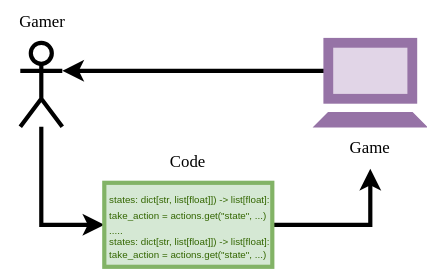
Before: assets/programmatic_gaming_with_web_simulations/programmatic-gaming.svg, a diagram exported from draw.io (umbralcalc/umbralcalc.github.io). Source tidied: cells renumbered, new cells last; positions are measured from the earlier drawing's top-left corner, leaving out a move shared by most shapes. Source of this version:
```xml
<mxGraphModel>
  <root>
    <mxCell id="0" />
    <mxCell id="1" parent="0" />
    <mxCell id="2" style="edgeStyle=orthogonalEdgeStyle;rounded=0;jettySize=auto;html=1;entryX=0;entryY=0.5;entryDx=0;entryDy=0;strokeWidth=3;" parent="1" edge="1" source="3" target="7">
      <mxGeometry relative="1" as="geometry">
        <Array as="points">
          <mxPoint x="29" y="160" />
        </Array>
      </mxGeometry>
    </mxCell>
    <mxCell id="3" style="shape=umlActor;verticalLabelPosition=bottom;verticalAlign=top;html=1;outlineConnect=0;strokeWidth=3;" parent="1" vertex="1">
      <mxGeometry x="14" y="30" width="30" height="60" as="geometry" />
    </mxCell>
    <mxCell id="4" style="shape=trapezoid;perimeter=trapezoidPerimeter;whiteSpace=wrap;html=1;fixedSize=1;size=10;fillColor=#9673A6;strokeColor=#9673a6;" parent="1" vertex="1">
      <mxGeometry x="224" y="80" width="80" height="10" as="geometry" />
    </mxCell>
    <mxCell id="5" value="&lt;font face=&quot;Comic Sans MS&quot;&gt;Game&lt;/font&gt;" style="text;html=1;whiteSpace=wrap;strokeColor=none;fillColor=none;align=center;verticalAlign=middle;rounded=0;" parent="1" vertex="1">
      <mxGeometry x="234" y="90" width="60" height="30" as="geometry" />
    </mxCell>
    <mxCell id="6" style="edgeStyle=orthogonalEdgeStyle;rounded=0;jettySize=auto;html=1;entryX=0.5;entryY=1;entryDx=0;entryDy=0;strokeWidth=3;" parent="1" edge="1" source="7" target="5">
      <mxGeometry relative="1" as="geometry" />
    </mxCell>
    <mxCell id="7" value="&lt;div style=&quot;line-height: 90%;&quot;&gt;&lt;div&gt;&lt;span style=&quot;color: light-dark(rgb(51, 102, 0), rgb(136, 180, 92)); font-size: 7px; background-color: transparent; line-height: 90%;&quot;&gt;&amp;nbsp;states: dict[str, list[float]]&lt;/span&gt;&lt;span style=&quot;color: light-dark(rgb(51, 102, 0), rgb(136, 180, 92)); font-size: 7px; background-color: transparent; line-height: 90%;&quot;&gt;) -&amp;gt; list[float]:&lt;/span&gt;&lt;/div&gt;&lt;div&gt;&lt;font style=&quot;color: rgb(51, 102, 0); font-size: 7px; line-height: 90%;&quot;&gt;&amp;nbsp;take_action = actions.get(&quot;state&quot;, ...)&lt;/font&gt;&lt;/div&gt;&lt;div&gt;&lt;font style=&quot;color: rgb(51, 102, 0); font-size: 7px; line-height: 90%;&quot;&gt;&amp;nbsp;.....&lt;/font&gt;&lt;/div&gt;&lt;div&gt;&lt;font style=&quot;color: rgb(51, 102, 0); font-size: 7px; line-height: 90%;&quot;&gt;&lt;div style=&quot;color: rgb(0, 0, 0); font-size: 12px;&quot;&gt;&lt;span style=&quot;color: light-dark(rgb(51, 102, 0), rgb(136, 180, 92)); font-size: 7px; background-color: transparent; line-height: 6.3px;&quot;&gt;&amp;nbsp;states: dict[str, list[float]]&lt;/span&gt;&lt;span style=&quot;color: light-dark(rgb(51, 102, 0), rgb(136, 180, 92)); font-size: 7px; background-color: transparent; line-height: 6.3px;&quot;&gt;) -&amp;gt; list[float]:&lt;/span&gt;&lt;/div&gt;&lt;div style=&quot;color: rgb(0, 0, 0); font-size: 12px;&quot;&gt;&lt;font style=&quot;color: rgb(51, 102, 0); font-size: 7px; line-height: 6.3px;&quot;&gt;&amp;nbsp;take_action = actions.get(&quot;state&quot;, ...)&lt;/font&gt;&lt;/div&gt;&lt;/font&gt;&lt;/div&gt;&lt;/div&gt;" style="rounded=0;whiteSpace=wrap;html=1;strokeWidth=3;fillColor=#d5e8d4;strokeColor=#82b366;align=left;" parent="1" vertex="1">
      <mxGeometry x="74" y="130" width="120" height="60" as="geometry" />
    </mxCell>
    <mxCell id="8" value="&lt;font face=&quot;Comic Sans MS&quot;&gt;Code&lt;/font&gt;" style="text;html=1;whiteSpace=wrap;strokeColor=none;fillColor=none;align=center;verticalAlign=middle;rounded=0;" parent="1" vertex="1">
      <mxGeometry x="104" y="100" width="60" height="30" as="geometry" />
    </mxCell>
    <mxCell id="9" value="&lt;font face=&quot;Comic Sans MS&quot;&gt;Gamer&lt;/font&gt;" style="text;html=1;whiteSpace=wrap;strokeColor=none;fillColor=none;align=center;verticalAlign=middle;rounded=0;" parent="1" vertex="1">
      <mxGeometry width="60" height="30" as="geometry" />
    </mxCell>
    <mxCell id="10" style="edgeStyle=orthogonalEdgeStyle;rounded=0;jettySize=auto;html=1;entryX=1;entryY=0.3333333333333333;entryDx=0;entryDy=0;entryPerimeter=0;strokeWidth=3;" parent="1" edge="1" source="11" target="3">
      <mxGeometry relative="1" as="geometry" />
    </mxCell>
    <mxCell id="11" style="rounded=0;whiteSpace=wrap;html=1;strokeWidth=7;fillColor=#e1d5e7;strokeColor=#9673a6;" parent="1" vertex="1">
      <mxGeometry x="234" y="30" width="60" height="40" as="geometry" />
    </mxCell>
  </root>
</mxGraphModel>
```
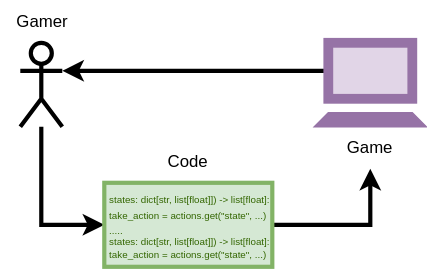
After the change.

Commit message:
added to programmatic gaming

The edit, as a diff of the source:
```diff
@@ -15,7 +15,7 @@
     <mxCell id="4" style="shape=trapezoid;perimeter=trapezoidPerimeter;whiteSpace=wrap;html=1;fixedSize=1;size=10;fillColor=#9673A6;strokeColor=#9673a6;" parent="1" vertex="1">
       <mxGeometry x="224" y="80" width="80" height="10" as="geometry" />
     </mxCell>
-    <mxCell id="5" value="&lt;font face=&quot;Comic Sans MS&quot;&gt;Game&lt;/font&gt;" style="text;html=1;whiteSpace=wrap;strokeColor=none;fillColor=none;align=center;verticalAlign=middle;rounded=0;" parent="1" vertex="1">
+    <mxCell id="5" value="Game" style="text;html=1;whiteSpace=wrap;strokeColor=none;fillColor=none;align=center;verticalAlign=middle;rounded=0;" parent="1" vertex="1">
       <mxGeometry x="234" y="90" width="60" height="30" as="geometry" />
     </mxCell>
     <mxCell id="6" style="edgeStyle=orthogonalEdgeStyle;rounded=0;jettySize=auto;html=1;entryX=0.5;entryY=1;entryDx=0;entryDy=0;strokeWidth=3;" parent="1" edge="1" source="7" target="5">
@@ -24,10 +24,10 @@
     <mxCell id="7" value="&lt;div style=&quot;line-height: 90%;&quot;&gt;&lt;div&gt;&lt;span style=&quot;color: light-dark(rgb(51, 102, 0), rgb(136, 180, 92)); font-size: 7px; background-color: transparent; line-height: 90%;&quot;&gt;&amp;nbsp;states: dict[str, list[float]]&lt;/span&gt;&lt;span style=&quot;color: light-dark(rgb(51, 102, 0), rgb(136, 180, 92)); font-size: 7px; background-color: transparent; line-height: 90%;&quot;&gt;) -&amp;gt; list[float]:&lt;/span&gt;&lt;/div&gt;&lt;div&gt;&lt;font style=&quot;color: rgb(51, 102, 0); font-size: 7px; line-height: 90%;&quot;&gt;&amp;nbsp;take_action = actions.get(&quot;state&quot;, ...)&lt;/font&gt;&lt;/div&gt;&lt;div&gt;&lt;font style=&quot;color: rgb(51, 102, 0); font-size: 7px; line-height: 90%;&quot;&gt;&amp;nbsp;.....&lt;/font&gt;&lt;/div&gt;&lt;div&gt;&lt;font style=&quot;color: rgb(51, 102, 0); font-size: 7px; line-height: 90%;&quot;&gt;&lt;div style=&quot;color: rgb(0, 0, 0); font-size: 12px;&quot;&gt;&lt;span style=&quot;color: light-dark(rgb(51, 102, 0), rgb(136, 180, 92)); font-size: 7px; background-color: transparent; line-height: 6.3px;&quot;&gt;&amp;nbsp;states: dict[str, list[float]]&lt;/span&gt;&lt;span style=&quot;color: light-dark(rgb(51, 102, 0), rgb(136, 180, 92)); font-size: 7px; background-color: transparent; line-height: 6.3px;&quot;&gt;) -&amp;gt; list[float]:&lt;/span&gt;&lt;/div&gt;&lt;div style=&quot;color: rgb(0, 0, 0); font-size: 12px;&quot;&gt;&lt;font style=&quot;color: rgb(51, 102, 0); font-size: 7px; line-height: 6.3px;&quot;&gt;&amp;nbsp;take_action = actions.get(&quot;state&quot;, ...)&lt;/font&gt;&lt;/div&gt;&lt;/font&gt;&lt;/div&gt;&lt;/div&gt;" style="rounded=0;whiteSpace=wrap;html=1;strokeWidth=3;fillColor=#d5e8d4;strokeColor=#82b366;align=left;" parent="1" vertex="1">
       <mxGeometry x="74" y="130" width="120" height="60" as="geometry" />
     </mxCell>
-    <mxCell id="8" value="&lt;font face=&quot;Comic Sans MS&quot;&gt;Code&lt;/font&gt;" style="text;html=1;whiteSpace=wrap;strokeColor=none;fillColor=none;align=center;verticalAlign=middle;rounded=0;" parent="1" vertex="1">
+    <mxCell id="8" value="&lt;font face=&quot;Helvetica&quot;&gt;Code&lt;/font&gt;" style="text;html=1;whiteSpace=wrap;strokeColor=none;fillColor=none;align=center;verticalAlign=middle;rounded=0;" parent="1" vertex="1">
       <mxGeometry x="104" y="100" width="60" height="30" as="geometry" />
     </mxCell>
-    <mxCell id="9" value="&lt;font face=&quot;Comic Sans MS&quot;&gt;Gamer&lt;/font&gt;" style="text;html=1;whiteSpace=wrap;strokeColor=none;fillColor=none;align=center;verticalAlign=middle;rounded=0;" parent="1" vertex="1">
+    <mxCell id="9" value="Gamer" style="text;html=1;whiteSpace=wrap;strokeColor=none;fillColor=none;align=center;verticalAlign=middle;rounded=0;" parent="1" vertex="1">
       <mxGeometry width="60" height="30" as="geometry" />
     </mxCell>
     <mxCell id="10" style="edgeStyle=orthogonalEdgeStyle;rounded=0;jettySize=auto;html=1;entryX=1;entryY=0.3333333333333333;entryDx=0;entryDy=0;entryPerimeter=0;strokeWidth=3;" parent="1" edge="1" source="11" target="3">
```
